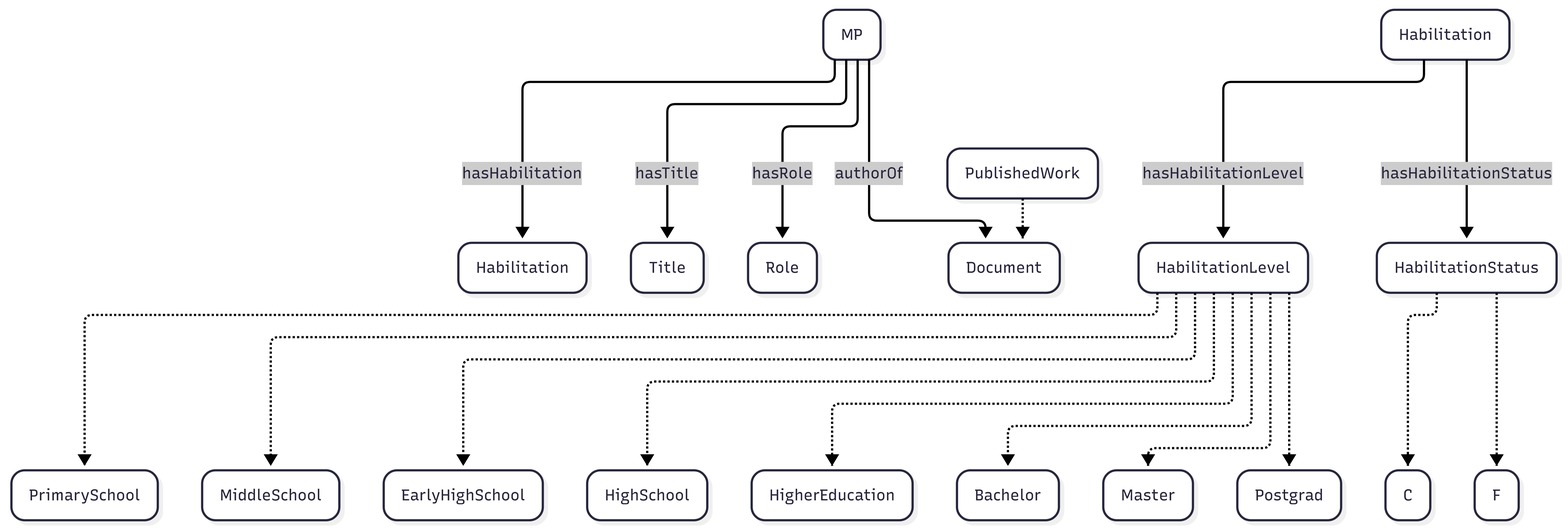
Above: OpenDataGOV-AP/DataModel/biographical-profile/biographical-profile.png in politrackpt/ontologies (Mermaid), before the change. Its source is kept beside it as OpenDataGOV-AP/DataModel/biographical-profile/biographical-profile.mmd. The source it was exported from:
```mermaid
---
config:
  layout: elk
---
flowchart TB
    MP -- hasHabilitation --> Edu(Habilitation)
    MP -- hasTitle --> Title
    MP -- authorOf --> Document
    MP -- hasRole --> Role
    Edu -- hasHabilitationLevel --> Level(HabilitationLevel)
    Edu -- hasHabilitationStatus --> Status(HabilitationStatus)
    Status -.-> C
    Status -.-> F

    Level -.-> PrimarySchool("PrimarySchool")
    Level -.-> MiddleSchool("MiddleSchool")
    Level -.-> EarlyHighSchool("EarlyHighSchool")
    Level -.-> HighSchool("HighSchool")
    Level -.-> HigherEducation("HigherEducation")
    Level -.-> Bachelor("Bachelor")
    Level -.-> Master("Master")
    Level -.-> Postgrad("Postgrad")

```
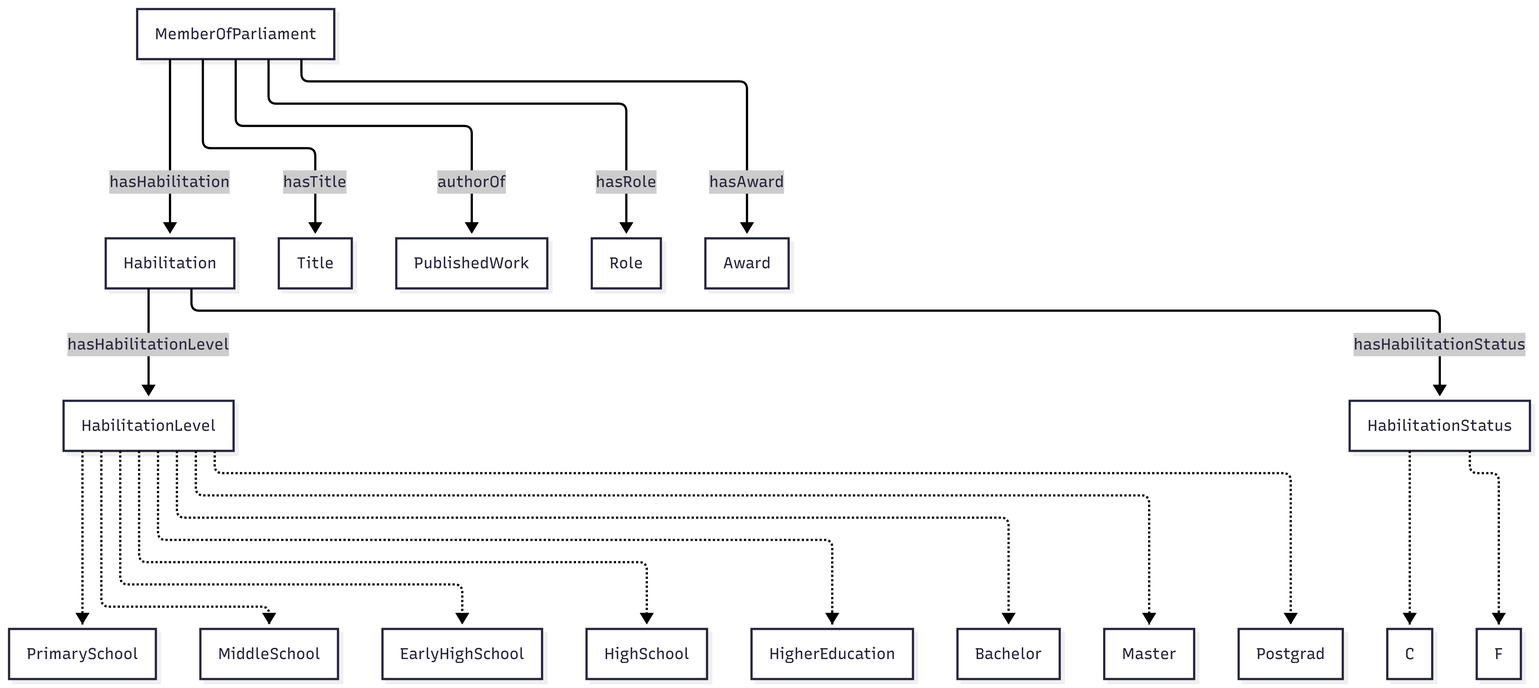
Above is the later version.

Commit message:
update biographical profile with the updated img

Change to the diagram source:
```diff
@@ -3,21 +3,22 @@
   layout: elk
 ---
 flowchart TB
-    MP -- hasHabilitation --> Edu(Habilitation)
+    MP["MemberOfParliament"] -- hasHabilitation --> Edu[Habilitation]
     MP -- hasTitle --> Title
-    MP -- authorOf --> Document
+    MP -- authorOf --> PublishedWork
     MP -- hasRole --> Role
-    Edu -- hasHabilitationLevel --> Level(HabilitationLevel)
-    Edu -- hasHabilitationStatus --> Status(HabilitationStatus)
+    MP -- hasAward --> Award
+    Edu -- hasHabilitationLevel --> Level[HabilitationLevel]
+    Edu -- hasHabilitationStatus --> Status[HabilitationStatus]
     Status -.-> C
     Status -.-> F
 
-    Level -.-> PrimarySchool("PrimarySchool")
-    Level -.-> MiddleSchool("MiddleSchool")
-    Level -.-> EarlyHighSchool("EarlyHighSchool")
-    Level -.-> HighSchool("HighSchool")
-    Level -.-> HigherEducation("HigherEducation")
-    Level -.-> Bachelor("Bachelor")
-    Level -.-> Master("Master")
-    Level -.-> Postgrad("Postgrad")
+    Level -.-> PrimarySchool["PrimarySchool"]
+    Level -.-> MiddleSchool["MiddleSchool"]
+    Level -.-> EarlyHighSchool["EarlyHighSchool"]
+    Level -.-> HighSchool["HighSchool"]
+    Level -.-> HigherEducation["HigherEducation"]
+    Level -.-> Bachelor["Bachelor"]
+    Level -.-> Master["Master"]
+    Level -.-> Postgrad["Postgrad"]
 
```
